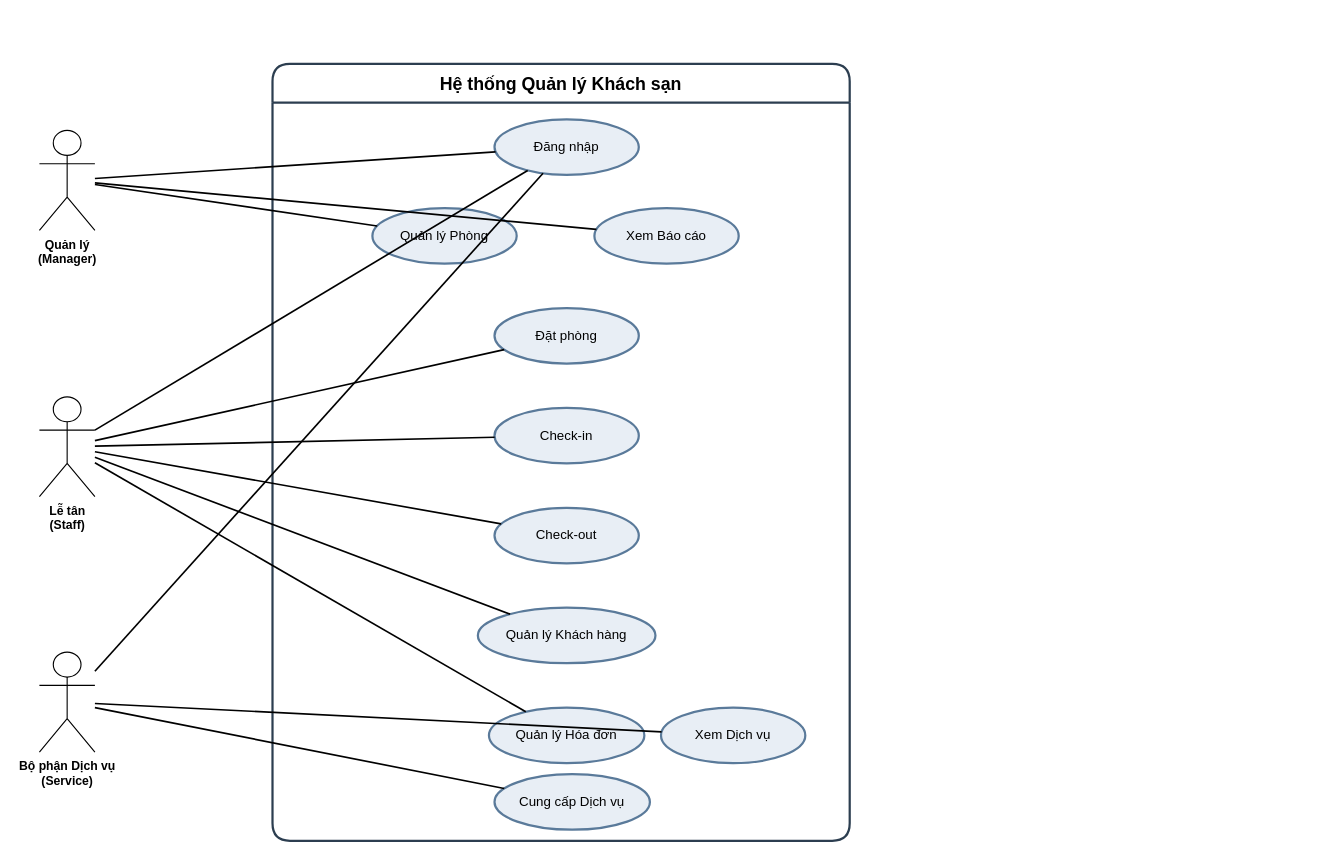
This is docs/diagrams/UseCaseTongQuan.drawio from IvanLyVodka11/hotel-management, a draw.io file, before an edit. Source tidied: cells renumbered, new cells numbered last; positions are measured from the earlier drawing's top-left corner, leaving out a move shared by most shapes. Both pictures are drawn from the tidied source at 111%, with x=0, y=0 at pixel (39, 63).
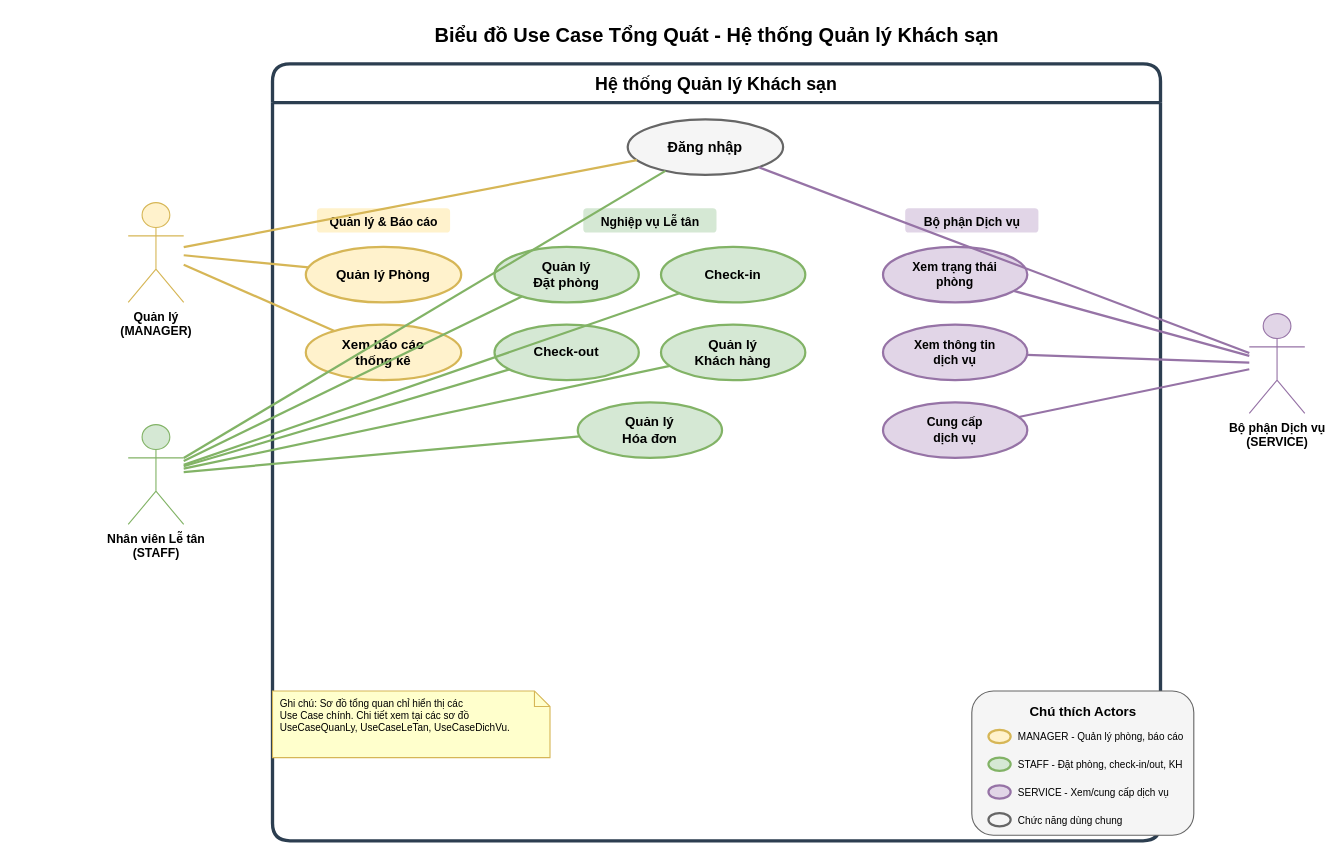
Above is the later version.

The edit, as a diff of the source:
```diff
@@
+    <mxCell id="28" value="Biểu đồ Use Case Tổng Quát - Hệ thống Quản lý Khách sạn" style="text;html=1;strokeColor=none;fillColor=none;align=center;verticalAlign=middle;fontSize=18;fontStyle=1;" parent="1" vertex="1">
+      <mxGeometry x="360" y="-40" width="500" height="30" as="geometry" />
+    </mxCell>
-    <mxCell id="2" value="Hệ thống Quản lý Khách sạn" style="swimlane;whiteSpace=wrap;html=1;startSize=35;fillColor=none;strokeColor=#2c3e50;strokeWidth=2;fontSize=16;fontStyle=1;rounded=1;" parent="1" vertex="1">
-      <mxGeometry x="210" width="520" height="700" as="geometry" />
+    <mxCell id="2" value="Hệ thống Quản lý Khách sạn" style="swimlane;whiteSpace=wrap;html=1;startSize=35;fillColor=none;strokeColor=#2c3e50;strokeWidth=3;fontSize=16;fontStyle=1;rounded=1;" parent="1" vertex="1">
+      <mxGeometry x="210" width="800" height="700" as="geometry" />
     </mxCell>
-    <mxCell id="3" value="Đăng nhập" style="ellipse;whiteSpace=wrap;html=1;fillColor=#e8eef5;strokeColor=#5a7a9a;strokeWidth=2;fontSize=12;" parent="2" vertex="1">
-      <mxGeometry x="200" y="50" width="130" height="50" as="geometry" />
+    <mxCell id="3" value="Đăng nhập" style="ellipse;whiteSpace=wrap;html=1;fillColor=#f5f5f5;strokeColor=#666666;strokeWidth=2;fontSize=13;fontStyle=1;" parent="2" vertex="1">
+      <mxGeometry x="320" y="50" width="140" height="50" as="geometry" />
     </mxCell>
+    <mxCell id="29" value="Quản lý &amp; Báo cáo" style="text;html=1;strokeColor=none;fillColor=#fff2cc;align=center;fontSize=11;fontStyle=1;rounded=1;" parent="2" vertex="1">
+      <mxGeometry x="40" y="130" width="120" height="22" as="geometry" />
+    </mxCell>
-    <mxCell id="4" value="Quản lý Phòng" style="ellipse;whiteSpace=wrap;html=1;fillColor=#e8eef5;strokeColor=#5a7a9a;strokeWidth=2;fontSize=12;" parent="2" vertex="1">
-      <mxGeometry x="90" y="130" width="130" height="50" as="geometry" />
+    <mxCell id="4" value="Quản lý Phòng" style="ellipse;whiteSpace=wrap;html=1;fillColor=#fff2cc;strokeColor=#d6b656;strokeWidth=2;fontSize=12;fontStyle=1;" parent="2" vertex="1">
+      <mxGeometry x="30" y="165" width="140" height="50" as="geometry" />
     </mxCell>
-    <mxCell id="5" value="Xem Báo cáo" style="ellipse;whiteSpace=wrap;html=1;fillColor=#e8eef5;strokeColor=#5a7a9a;strokeWidth=2;fontSize=12;" parent="2" vertex="1">
-      <mxGeometry x="290" y="130" width="130" height="50" as="geometry" />
-    </mxCell>
-    <mxCell id="6" value="Đặt phòng" style="ellipse;whiteSpace=wrap;html=1;fillColor=#e8eef5;strokeColor=#5a7a9a;strokeWidth=2;fontSize=12;" parent="2" vertex="1">
-      <mxGeometry x="200" y="220" width="130" height="50" as="geometry" />
-    </mxCell>
+    <mxCell id="30" value="Xem báo cáo&#10;thống kê" style="ellipse;whiteSpace=wrap;html=1;fillColor=#fff2cc;strokeColor=#d6b656;strokeWidth=2;fontSize=12;fontStyle=1;" parent="2" vertex="1">
+      <mxGeometry x="30" y="235" width="140" height="50" as="geometry" />
+    </mxCell>
+    <mxCell id="31" value="Nghiệp vụ Lễ tân" style="text;html=1;strokeColor=none;fillColor=#d5e8d4;align=center;fontSize=11;fontStyle=1;rounded=1;" parent="2" vertex="1">
+      <mxGeometry x="280" y="130" width="120" height="22" as="geometry" />
+    </mxCell>
+    <mxCell id="32" value="Quản lý&#10;Đặt phòng" style="ellipse;whiteSpace=wrap;html=1;fillColor=#d5e8d4;strokeColor=#82b366;strokeWidth=2;fontSize=12;fontStyle=1;" parent="2" vertex="1">
+      <mxGeometry x="200" y="165" width="130" height="50" as="geometry" />
+    </mxCell>
-    <mxCell id="7" value="Check-in" style="ellipse;whiteSpace=wrap;html=1;fillColor=#e8eef5;strokeColor=#5a7a9a;strokeWidth=2;fontSize=12;" parent="2" vertex="1">
-      <mxGeometry x="200" y="310" width="130" height="50" as="geometry" />
+    <mxCell id="7" value="Check-in" style="ellipse;whiteSpace=wrap;html=1;fillColor=#d5e8d4;strokeColor=#82b366;strokeWidth=2;fontSize=12;fontStyle=1;" parent="2" vertex="1">
+      <mxGeometry x="350" y="165" width="130" height="50" as="geometry" />
     </mxCell>
-    <mxCell id="8" value="Check-out" style="ellipse;whiteSpace=wrap;html=1;fillColor=#e8eef5;strokeColor=#5a7a9a;strokeWidth=2;fontSize=12;" parent="2" vertex="1">
-      <mxGeometry x="200" y="400" width="130" height="50" as="geometry" />
+    <mxCell id="8" value="Check-out" style="ellipse;whiteSpace=wrap;html=1;fillColor=#d5e8d4;strokeColor=#82b366;strokeWidth=2;fontSize=12;fontStyle=1;" parent="2" vertex="1">
+      <mxGeometry x="200" y="235" width="130" height="50" as="geometry" />
     </mxCell>
-    <mxCell id="9" value="Quản lý Khách hàng" style="ellipse;whiteSpace=wrap;html=1;fillColor=#e8eef5;strokeColor=#5a7a9a;strokeWidth=2;fontSize=12;" parent="2" vertex="1">
-      <mxGeometry x="185" y="490" width="160" height="50" as="geometry" />
+    <mxCell id="9" value="Quản lý&#10;Khách hàng" style="ellipse;whiteSpace=wrap;html=1;fillColor=#d5e8d4;strokeColor=#82b366;strokeWidth=2;fontSize=12;fontStyle=1;" parent="2" vertex="1">
+      <mxGeometry x="350" y="235" width="130" height="50" as="geometry" />
     </mxCell>
-    <mxCell id="10" value="Quản lý Hóa đơn" style="ellipse;whiteSpace=wrap;html=1;fillColor=#e8eef5;strokeColor=#5a7a9a;strokeWidth=2;fontSize=12;" parent="2" vertex="1">
-      <mxGeometry x="195" y="580" width="140" height="50" as="geometry" />
+    <mxCell id="10" value="Quản lý&#10;Hóa đơn" style="ellipse;whiteSpace=wrap;html=1;fillColor=#d5e8d4;strokeColor=#82b366;strokeWidth=2;fontSize=12;fontStyle=1;" parent="2" vertex="1">
+      <mxGeometry x="275" y="305" width="130" height="50" as="geometry" />
     </mxCell>
-    <mxCell id="11" value="Cung cấp Dịch vụ" style="ellipse;whiteSpace=wrap;html=1;fillColor=#e8eef5;strokeColor=#5a7a9a;strokeWidth=2;fontSize=12;" parent="2" vertex="1">
-      <mxGeometry x="200" y="640" width="140" height="50" as="geometry" />
-    </mxCell>
-    <mxCell id="12" value="Quản lý&#10;(Manager)" style="shape=umlActor;verticalLabelPosition=bottom;verticalAlign=top;html=1;outlineConnect=0;fontSize=11;fontStyle=1;" parent="1" vertex="1">
-      <mxGeometry y="60" width="50" height="90" as="geometry" />
-    </mxCell>
-    <mxCell id="13" value="Lễ tân&#10;(Staff)" style="shape=umlActor;verticalLabelPosition=bottom;verticalAlign=top;html=1;outlineConnect=0;fontSize=11;fontStyle=1;" parent="1" vertex="1">
-      <mxGeometry y="300" width="50" height="90" as="geometry" />
-    </mxCell>
-    <mxCell id="14" value="Bộ phận Dịch vụ&#10;(Service)" style="shape=umlActor;verticalLabelPosition=bottom;verticalAlign=top;html=1;outlineConnect=0;fontSize=11;fontStyle=1;" parent="1" vertex="1">
-      <mxGeometry y="530" width="50" height="90" as="geometry" />
-    </mxCell>
-    <mxCell id="15" style="endArrow=none;html=1;strokeWidth=1.5;" parent="1" edge="1" source="12" target="3">
-      <mxGeometry relative="1" as="geometry" />
-    </mxCell>
-    <mxCell id="16" style="endArrow=none;html=1;strokeWidth=1.5;" parent="1" edge="1" source="13" target="3">
-      <mxGeometry relative="1" as="geometry" />
-    </mxCell>
-    <mxCell id="17" style="endArrow=none;html=1;strokeWidth=1.5;" parent="1" edge="1" source="14" target="3">
-      <mxGeometry relative="1" as="geometry" />
-    </mxCell>
-    <mxCell id="18" style="endArrow=none;html=1;strokeWidth=1.5;" parent="1" edge="1" source="12" target="4">
-      <mxGeometry relative="1" as="geometry" />
-    </mxCell>
-    <mxCell id="19" style="endArrow=none;html=1;strokeWidth=1.5;" parent="1" edge="1" source="12" target="5">
-      <mxGeometry relative="1" as="geometry" />
-    </mxCell>
-    <mxCell id="20" style="endArrow=none;html=1;strokeWidth=1.5;" parent="1" edge="1" source="13" target="6">
-      <mxGeometry relative="1" as="geometry" />
-    </mxCell>
-    <mxCell id="21" style="endArrow=none;html=1;strokeWidth=1.5;" parent="1" edge="1" source="13" target="7">
-      <mxGeometry relative="1" as="geometry" />
-    </mxCell>
-    <mxCell id="22" style="endArrow=none;html=1;strokeWidth=1.5;" parent="1" edge="1" source="13" target="8">
-      <mxGeometry relative="1" as="geometry" />
-    </mxCell>
-    <mxCell id="23" style="endArrow=none;html=1;strokeWidth=1.5;" parent="1" edge="1" source="13" target="9">
-      <mxGeometry relative="1" as="geometry" />
-    </mxCell>
-    <mxCell id="24" style="endArrow=none;html=1;strokeWidth=1.5;" parent="1" edge="1" source="13" target="10">
-      <mxGeometry relative="1" as="geometry" />
-    </mxCell>
-    <mxCell id="25" value="Xem Dịch vụ" style="ellipse;whiteSpace=wrap;html=1;fillColor=#e8eef5;strokeColor=#5a7a9a;strokeWidth=2;fontSize=12;" parent="2" vertex="1">
-      <mxGeometry x="350" y="580" width="130" height="50" as="geometry" />
-    </mxCell>
-    <mxCell id="26" style="endArrow=none;html=1;strokeWidth=1.5;" parent="1" edge="1" source="14" target="11">
-      <mxGeometry relative="1" as="geometry" />
-    </mxCell>
-    <mxCell id="27" style="endArrow=none;html=1;strokeWidth=1.5;" parent="1" edge="1" source="14" target="25">
-      <mxGeometry relative="1" as="geometry" />
-    </mxCell>
+    <mxCell id="33" value="Bộ phận Dịch vụ" style="text;html=1;strokeColor=none;fillColor=#e1d5e7;align=center;fontSize=11;fontStyle=1;rounded=1;" parent="2" vertex="1">
+      <mxGeometry x="570" y="130" width="120" height="22" as="geometry" />
+    </mxCell>
+    <mxCell id="34" value="Xem trạng thái&#10;phòng" style="ellipse;whiteSpace=wrap;html=1;fillColor=#e1d5e7;strokeColor=#9673a6;strokeWidth=2;fontSize=11;fontStyle=1;" parent="2" vertex="1">
+      <mxGeometry x="550" y="165" width="130" height="50" as="geometry" />
+    </mxCell>
+    <mxCell id="35" value="Xem thông tin&#10;dịch vụ" style="ellipse;whiteSpace=wrap;html=1;fillColor=#e1d5e7;strokeColor=#9673a6;strokeWidth=2;fontSize=11;fontStyle=1;" parent="2" vertex="1">
+      <mxGeometry x="550" y="235" width="130" height="50" as="geometry" />
+    </mxCell>
+    <mxCell id="36" value="Cung cấp&#10;dịch vụ" style="ellipse;whiteSpace=wrap;html=1;fillColor=#e1d5e7;strokeColor=#9673a6;strokeWidth=2;fontSize=11;fontStyle=1;" parent="2" vertex="1">
+      <mxGeometry x="550" y="305" width="130" height="50" as="geometry" />
+    </mxCell>
+    <mxCell id="37" value="Quản lý&#10;(MANAGER)" style="shape=umlActor;verticalLabelPosition=bottom;verticalAlign=top;html=1;outlineConnect=0;fontSize=11;fontStyle=1;fillColor=#fff2cc;strokeColor=#d6b656;" parent="1" vertex="1">
+      <mxGeometry x="80" y="125" width="50" height="90" as="geometry" />
+    </mxCell>
+    <mxCell id="38" value="Nhân viên Lễ tân&#10;(STAFF)" style="shape=umlActor;verticalLabelPosition=bottom;verticalAlign=top;html=1;outlineConnect=0;fontSize=11;fontStyle=1;fillColor=#d5e8d4;strokeColor=#82b366;" parent="1" vertex="1">
+      <mxGeometry x="80" y="325" width="50" height="90" as="geometry" />
+    </mxCell>
+    <mxCell id="39" value="Bộ phận Dịch vụ&#10;(SERVICE)" style="shape=umlActor;verticalLabelPosition=bottom;verticalAlign=top;html=1;outlineConnect=0;fontSize=11;fontStyle=1;fillColor=#e1d5e7;strokeColor=#9673a6;" parent="1" vertex="1">
+      <mxGeometry x="1090" y="225" width="50" height="90" as="geometry" />
+    </mxCell>
+    <mxCell id="40" style="endArrow=none;html=1;strokeWidth=2;strokeColor=#d6b656;" parent="1" edge="1" source="37" target="3">
+      <mxGeometry relative="1" as="geometry" />
+    </mxCell>
+    <mxCell id="41" style="endArrow=none;html=1;strokeWidth=2;strokeColor=#d6b656;" parent="1" edge="1" source="37" target="4">
+      <mxGeometry relative="1" as="geometry" />
+    </mxCell>
+    <mxCell id="42" style="endArrow=none;html=1;strokeWidth=2;strokeColor=#d6b656;" parent="1" edge="1" source="37" target="30">
+      <mxGeometry relative="1" as="geometry" />
+    </mxCell>
+    <mxCell id="43" style="endArrow=none;html=1;strokeWidth=2;strokeColor=#82b366;" parent="1" edge="1" source="38" target="3">
+      <mxGeometry relative="1" as="geometry" />
+    </mxCell>
+    <mxCell id="44" style="endArrow=none;html=1;strokeWidth=2;strokeColor=#82b366;" parent="1" edge="1" source="38" target="32">
+      <mxGeometry relative="1" as="geometry" />
+    </mxCell>
+    <mxCell id="45" style="endArrow=none;html=1;strokeWidth=2;strokeColor=#82b366;" parent="1" edge="1" source="38" target="7">
+      <mxGeometry relative="1" as="geometry" />
+    </mxCell>
+    <mxCell id="46" style="endArrow=none;html=1;strokeWidth=2;strokeColor=#82b366;" parent="1" edge="1" source="38" target="8">
+      <mxGeometry relative="1" as="geometry" />
+    </mxCell>
+    <mxCell id="47" style="endArrow=none;html=1;strokeWidth=2;strokeColor=#82b366;" parent="1" edge="1" source="38" target="9">
+      <mxGeometry relative="1" as="geometry" />
+    </mxCell>
+    <mxCell id="48" style="endArrow=none;html=1;strokeWidth=2;strokeColor=#82b366;" parent="1" edge="1" source="38" target="10">
+      <mxGeometry relative="1" as="geometry" />
+    </mxCell>
+    <mxCell id="49" style="endArrow=none;html=1;strokeWidth=2;strokeColor=#9673a6;" parent="1" edge="1" source="39" target="3">
+      <mxGeometry relative="1" as="geometry" />
+    </mxCell>
+    <mxCell id="50" style="endArrow=none;html=1;strokeWidth=2;strokeColor=#9673a6;" parent="1" edge="1" source="39" target="34">
+      <mxGeometry relative="1" as="geometry" />
+    </mxCell>
+    <mxCell id="51" style="endArrow=none;html=1;strokeWidth=2;strokeColor=#9673a6;" parent="1" edge="1" source="39" target="35">
+      <mxGeometry relative="1" as="geometry" />
+    </mxCell>
+    <mxCell id="52" style="endArrow=none;html=1;strokeWidth=2;strokeColor=#9673a6;" parent="1" edge="1" source="39" target="36">
+      <mxGeometry relative="1" as="geometry" />
+    </mxCell>
+    <mxCell id="53" style="rounded=1;whiteSpace=wrap;html=1;fillColor=#f5f5f5;strokeColor=#666666;strokeWidth=1;" parent="1" vertex="1">
+      <mxGeometry x="840" y="565" width="200" height="130" as="geometry" />
+    </mxCell>
+    <mxCell id="54" value="Chú thích Actors" style="text;html=1;strokeColor=none;fillColor=none;align=center;fontSize=12;fontStyle=1;" parent="1" vertex="1">
+      <mxGeometry x="890" y="570" width="100" height="20" as="geometry" />
+    </mxCell>
+    <mxCell id="55" style="ellipse;whiteSpace=wrap;html=1;fillColor=#fff2cc;strokeColor=#d6b656;strokeWidth=2;" parent="1" vertex="1">
+      <mxGeometry x="855" y="600" width="20" height="12" as="geometry" />
+    </mxCell>
+    <mxCell id="56" value="MANAGER - Quản lý phòng, báo cáo" style="text;html=1;strokeColor=none;fillColor=none;align=left;fontSize=9;" parent="1" vertex="1">
+      <mxGeometry x="880" y="595" width="155" height="20" as="geometry" />
+    </mxCell>
+    <mxCell id="57" style="ellipse;whiteSpace=wrap;html=1;fillColor=#d5e8d4;strokeColor=#82b366;strokeWidth=2;" parent="1" vertex="1">
+      <mxGeometry x="855" y="625" width="20" height="12" as="geometry" />
+    </mxCell>
+    <mxCell id="58" value="STAFF - Đặt phòng, check-in/out, KH" style="text;html=1;strokeColor=none;fillColor=none;align=left;fontSize=9;" parent="1" vertex="1">
+      <mxGeometry x="880" y="620" width="155" height="20" as="geometry" />
+    </mxCell>
+    <mxCell id="59" style="ellipse;whiteSpace=wrap;html=1;fillColor=#e1d5e7;strokeColor=#9673a6;strokeWidth=2;" parent="1" vertex="1">
+      <mxGeometry x="855" y="650" width="20" height="12" as="geometry" />
+    </mxCell>
+    <mxCell id="60" value="SERVICE - Xem/cung cấp dịch vụ" style="text;html=1;strokeColor=none;fillColor=none;align=left;fontSize=9;" parent="1" vertex="1">
+      <mxGeometry x="880" y="645" width="155" height="20" as="geometry" />
+    </mxCell>
+    <mxCell id="61" style="ellipse;whiteSpace=wrap;html=1;fillColor=#f5f5f5;strokeColor=#666666;strokeWidth=2;" parent="1" vertex="1">
+      <mxGeometry x="855" y="675" width="20" height="12" as="geometry" />
+    </mxCell>
+    <mxCell id="62" value="Chức năng dùng chung" style="text;html=1;strokeColor=none;fillColor=none;align=left;fontSize=9;" parent="1" vertex="1">
+      <mxGeometry x="880" y="670" width="120" height="20" as="geometry" />
+    </mxCell>
+    <mxCell id="63" value="Ghi chú: Sơ đồ tổng quan chỉ hiển thị các&#10;Use Case chính. Chi tiết xem tại các sơ đồ&#10;UseCaseQuanLy, UseCaseLeTan, UseCaseDichVu." style="shape=note;whiteSpace=wrap;html=1;size=14;verticalAlign=top;align=left;spacingTop=0;spacingLeft=5;fillColor=#ffffcc;strokeColor=#d6b656;fontSize=9;" parent="1" vertex="1">
+      <mxGeometry x="210" y="565" width="250" height="60" as="geometry" />
+    </mxCell>
```
